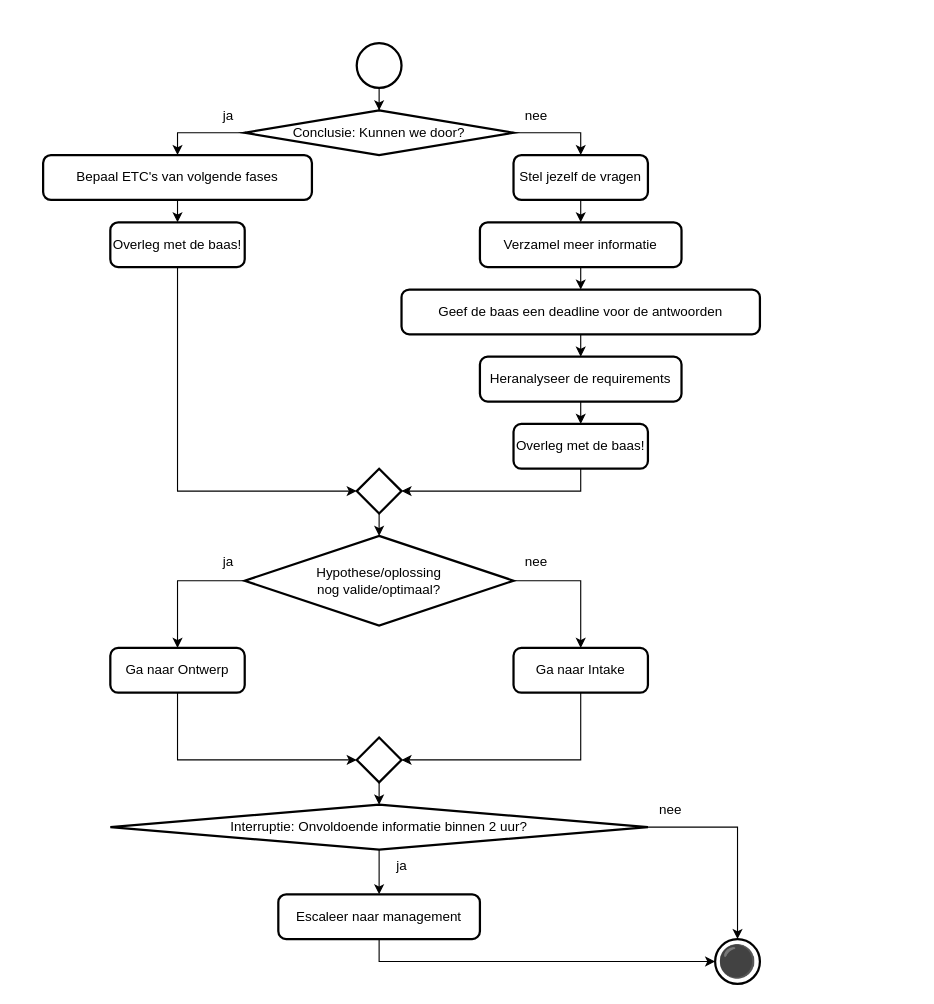
This is 2 Issue Tracker analyse.drawio from Zaibatsu89/IssueTracker, a draw.io file, before an edit. Source tidied: cells renumbered, new cells numbered last; positions are measured from the earlier drawing's top-left corner, leaving out a move shared by most shapes. Both pictures are drawn from the tidied source at 112%, with x=0, y=0 at pixel (43, 43).
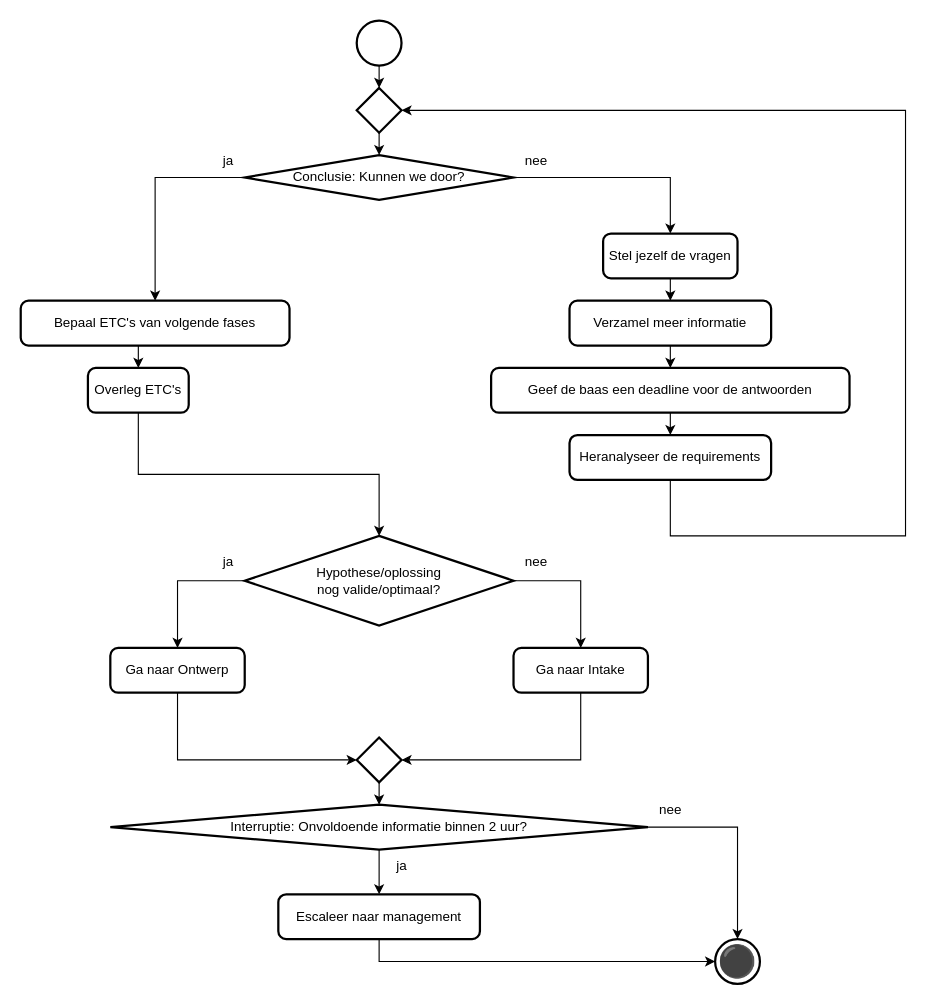
The same page after the edit.

Unchanged cells that the change refers to:
```xml
<mxCell id="34" value="Hypothese/oplossing&lt;br&gt;nog valide/optimaal?" style="strokeWidth=2;html=1;shape=mxgraph.flowchart.decision;whiteSpace=wrap;" parent="1" vertex="1">
  <mxGeometry x="180" y="440" width="240" height="80" as="geometry" />
</mxCell>
```

The edit, as a diff of the source:
```diff
@@
-    <mxCell id="2" style="edgeStyle=orthogonalEdgeStyle;rounded=0;jettySize=auto;html=1;" parent="1" edge="1" source="3" target="6">
-      <mxGeometry relative="1" as="geometry" />
-    </mxCell>
     <mxCell id="3" style="strokeWidth=2;html=1;shape=mxgraph.flowchart.start_2;whiteSpace=wrap;" parent="1" vertex="1">
-      <mxGeometry x="280" width="40" height="40" as="geometry" />
+      <mxGeometry x="280" y="-20" width="40" height="40" as="geometry" />
     </mxCell>
@@
     <mxCell id="6" value="Conclusie: Kunnen we door?" style="strokeWidth=2;html=1;shape=mxgraph.flowchart.decision;whiteSpace=wrap;" parent="1" vertex="1">
-      <mxGeometry x="180" y="60" width="240" height="40" as="geometry" />
+      <mxGeometry x="180" y="100" width="240" height="40" as="geometry" />
     </mxCell>
@@
     <mxCell id="9" value="Stel jezelf de vragen" style="rounded=1;whiteSpace=wrap;html=1;absoluteArcSize=1;arcSize=14;strokeWidth=2;" parent="1" vertex="1">
-      <mxGeometry x="420" y="100" width="120" height="40" as="geometry" />
+      <mxGeometry x="500" y="170" width="120" height="40" as="geometry" />
     </mxCell>
     <mxCell id="10" value="nee" style="text;html=1;align=center;verticalAlign=middle;strokeColor=none;fillColor=none;" parent="1" vertex="1">
-      <mxGeometry x="420" y="50" width="40" height="30" as="geometry" />
+      <mxGeometry x="420" y="90" width="40" height="30" as="geometry" />
     </mxCell>
     <mxCell id="11" value="ja" style="text;html=1;align=center;verticalAlign=middle;strokeColor=none;fillColor=none;" parent="1" vertex="1">
-      <mxGeometry x="150" y="50" width="30" height="30" as="geometry" />
+      <mxGeometry x="150" y="90" width="30" height="30" as="geometry" />
     </mxCell>
@@
     <mxCell id="13" value="Verzamel meer informatie" style="rounded=1;whiteSpace=wrap;html=1;absoluteArcSize=1;arcSize=14;strokeWidth=2;" parent="1" vertex="1">
-      <mxGeometry x="390" y="160" width="180" height="40" as="geometry" />
+      <mxGeometry x="470" y="230" width="180" height="40" as="geometry" />
     </mxCell>
@@
     <mxCell id="15" value="Geef de baas een deadline voor de antwoorden" style="rounded=1;whiteSpace=wrap;html=1;absoluteArcSize=1;arcSize=14;strokeWidth=2;" parent="1" vertex="1">
-      <mxGeometry x="320" y="220" width="320" height="40" as="geometry" />
+      <mxGeometry x="400" y="290" width="320" height="40" as="geometry" />
     </mxCell>
-    <mxCell id="16" style="edgeStyle=orthogonalEdgeStyle;rounded=0;jettySize=auto;html=1;exitX=0.5;exitY=1;exitDx=0;exitDy=0;entryX=0.5;entryY=0;entryDx=0;entryDy=0;" parent="1" edge="1" source="17" target="19">
-      <mxGeometry relative="1" as="geometry" />
-    </mxCell>
+    <mxCell id="44" style="edgeStyle=orthogonalEdgeStyle;rounded=0;jettySize=auto;html=1;exitX=0.5;exitY=1;exitDx=0;exitDy=0;entryX=1;entryY=0.5;entryDx=0;entryDy=0;entryPerimeter=0;" parent="1" edge="1" source="17" target="47">
+      <mxGeometry relative="1" as="geometry">
+        <Array as="points">
+          <mxPoint x="560" y="440" />
+          <mxPoint x="770" y="440" />
+          <mxPoint x="770" y="60" />
+        </Array>
+      </mxGeometry>
+    </mxCell>
     <mxCell id="17" value="Heranalyseer de requirements" style="rounded=1;whiteSpace=wrap;html=1;absoluteArcSize=1;arcSize=14;strokeWidth=2;" parent="1" vertex="1">
-      <mxGeometry x="390" y="280" width="180" height="40" as="geometry" />
+      <mxGeometry x="470" y="350" width="180" height="40" as="geometry" />
     </mxCell>
-    <mxCell id="18" style="edgeStyle=orthogonalEdgeStyle;rounded=0;jettySize=auto;html=1;exitX=0.5;exitY=1;exitDx=0;exitDy=0;" parent="1" edge="1" source="19" target="20">
-      <mxGeometry relative="1" as="geometry" />
-    </mxCell>
-    <mxCell id="19" value="Overleg met de baas!" style="rounded=1;whiteSpace=wrap;html=1;absoluteArcSize=1;arcSize=14;strokeWidth=2;" parent="1" vertex="1">
-      <mxGeometry x="420" y="340" width="120" height="40" as="geometry" />
+    <mxCell id="19" value="Overleg ETC's" style="rounded=1;whiteSpace=wrap;html=1;absoluteArcSize=1;arcSize=14;strokeWidth=2;" parent="1" vertex="1">
+      <mxGeometry x="40" y="290" width="90" height="40" as="geometry" />
     </mxCell>
-    <mxCell id="20" style="strokeWidth=2;html=1;shape=mxgraph.flowchart.decision;whiteSpace=wrap;" parent="1" vertex="1">
-      <mxGeometry x="280" y="380" width="40" height="40" as="geometry" />
-    </mxCell>
@@
-    <mxCell id="27" style="edgeStyle=orthogonalEdgeStyle;rounded=0;jettySize=auto;html=1;exitX=0.5;exitY=1;exitDx=0;exitDy=0;entryX=0.5;entryY=0;entryDx=0;entryDy=0;" parent="1" edge="1" source="28" target="29">
-      <mxGeometry relative="1" as="geometry" />
-    </mxCell>
+    <mxCell id="45" style="edgeStyle=orthogonalEdgeStyle;rounded=0;jettySize=auto;html=1;exitX=0.5;exitY=1;exitDx=0;exitDy=0;entryX=0.5;entryY=0;entryDx=0;entryDy=0;" parent="1" edge="1" source="28" target="19">
+      <mxGeometry relative="1" as="geometry" />
+    </mxCell>
     <mxCell id="28" value="Bepaal ETC's van volgende fases" style="rounded=1;whiteSpace=wrap;html=1;absoluteArcSize=1;arcSize=14;strokeWidth=2;" parent="1" vertex="1">
-      <mxGeometry y="100" width="240" height="40" as="geometry" />
+      <mxGeometry x="-20" y="230" width="240" height="40" as="geometry" />
     </mxCell>
-    <mxCell id="29" value="Overleg met de baas!" style="rounded=1;whiteSpace=wrap;html=1;absoluteArcSize=1;arcSize=14;strokeWidth=2;" parent="1" vertex="1">
-      <mxGeometry x="60" y="160" width="120" height="40" as="geometry" />
-    </mxCell>
@@
-    <mxCell id="35" style="edgeStyle=orthogonalEdgeStyle;rounded=0;jettySize=auto;html=1;exitX=0.5;exitY=1;exitDx=0;exitDy=0;exitPerimeter=0;entryX=0.5;entryY=0;entryDx=0;entryDy=0;entryPerimeter=0;" parent="1" edge="1" source="20" target="34">
-      <mxGeometry relative="1" as="geometry" />
-    </mxCell>
-    <mxCell id="36" style="edgeStyle=orthogonalEdgeStyle;rounded=0;jettySize=auto;html=1;exitX=0.5;exitY=1;exitDx=0;exitDy=0;entryX=0;entryY=0.5;entryDx=0;entryDy=0;entryPerimeter=0;" parent="1" edge="1" source="29" target="20">
-      <mxGeometry relative="1" as="geometry" />
-    </mxCell>
@@
+    <mxCell id="46" style="edgeStyle=orthogonalEdgeStyle;rounded=0;jettySize=auto;html=1;exitX=0.5;exitY=1;exitDx=0;exitDy=0;entryX=0.5;entryY=0;entryDx=0;entryDy=0;entryPerimeter=0;" parent="1" edge="1" source="19" target="34">
+      <mxGeometry relative="1" as="geometry" />
+    </mxCell>
+    <mxCell id="47" style="strokeWidth=2;html=1;shape=mxgraph.flowchart.decision;whiteSpace=wrap;" parent="1" vertex="1">
+      <mxGeometry x="280" y="40" width="40" height="40" as="geometry" />
+    </mxCell>
+    <mxCell id="48" style="edgeStyle=orthogonalEdgeStyle;rounded=0;jettySize=auto;html=1;exitX=0.5;exitY=1;exitDx=0;exitDy=0;exitPerimeter=0;entryX=0.5;entryY=0;entryDx=0;entryDy=0;entryPerimeter=0;" parent="1" edge="1" source="3" target="47">
+      <mxGeometry relative="1" as="geometry" />
+    </mxCell>
+    <mxCell id="49" style="edgeStyle=orthogonalEdgeStyle;rounded=0;jettySize=auto;html=1;exitX=0.5;exitY=1;exitDx=0;exitDy=0;exitPerimeter=0;entryX=0.5;entryY=0;entryDx=0;entryDy=0;entryPerimeter=0;" parent="1" edge="1" source="47" target="6">
+      <mxGeometry relative="1" as="geometry" />
+    </mxCell>
```
